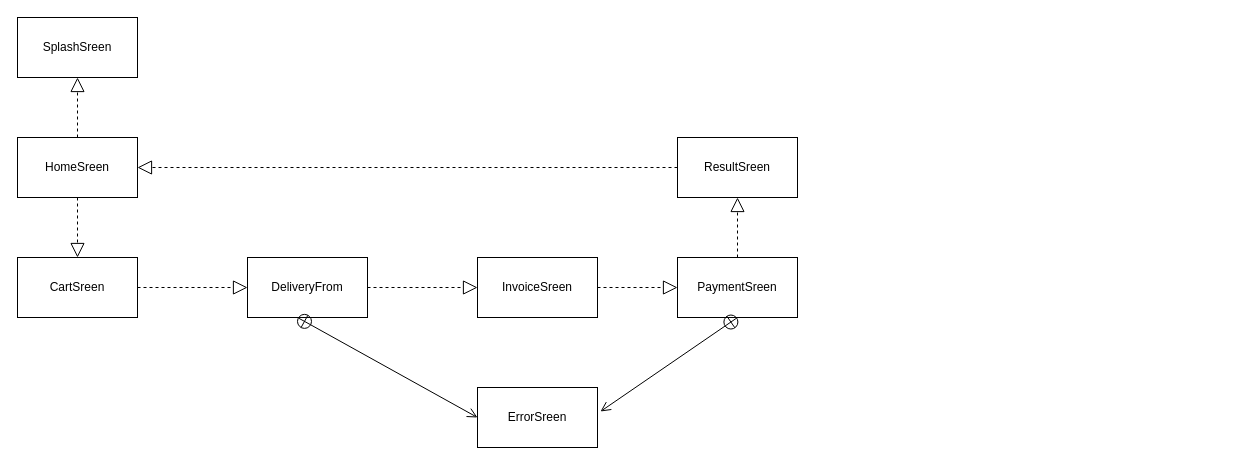
Above: InterfaceDesign/thiet-ke-dich-chuyen-man-hinh.drawio in NguyenLan1999/TKXDPM.20201.20173227.NguyenThiLan (draw.io), before the change. Source tidied: cells renumbered, new cells numbered last; positions are measured from the earlier drawing's top-left corner, leaving out a move shared by most shapes. Both pictures are drawn from the tidied source at 100%, with x=0, y=0 at pixel (17, 17).
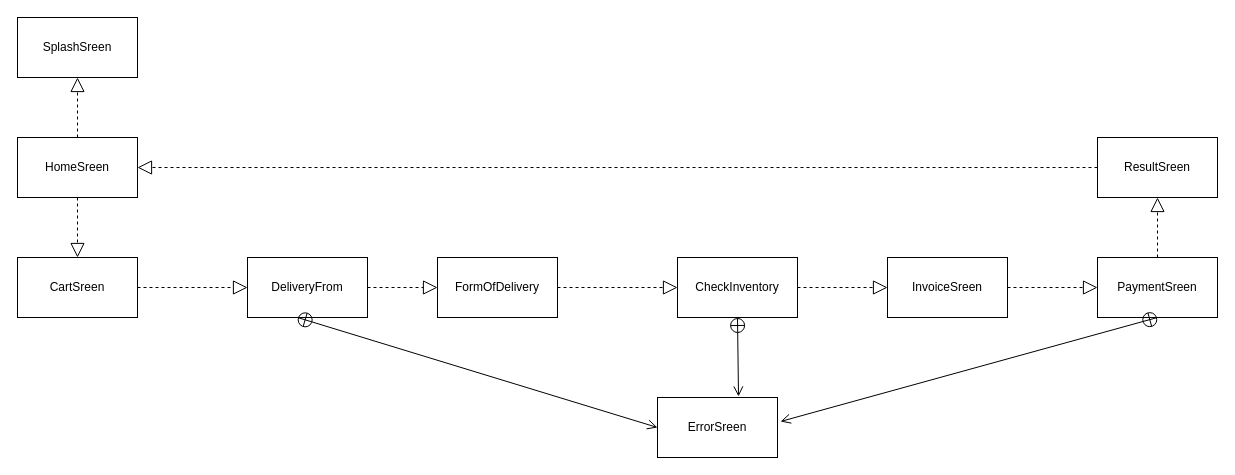
Above is the later version.

Diff of the diagram source:
```diff
@@
     <mxCell id="4" value="InvoiceSreen" style="rounded=0;whiteSpace=wrap;html=1;" parent="1" vertex="1">
-      <mxGeometry x="460" y="240" width="120" height="60" as="geometry" />
+      <mxGeometry x="870" y="240" width="120" height="60" as="geometry" />
     </mxCell>
@@
     <mxCell id="6" value="PaymentSreen" style="rounded=0;whiteSpace=wrap;html=1;" parent="1" vertex="1">
-      <mxGeometry x="660" y="240" width="120" height="60" as="geometry" />
+      <mxGeometry x="1080" y="240" width="120" height="60" as="geometry" />
     </mxCell>
@@
     <mxCell id="8" value="ResultSreen" style="rounded=0;whiteSpace=wrap;html=1;" parent="1" vertex="1">
-      <mxGeometry x="660" y="120" width="120" height="60" as="geometry" />
+      <mxGeometry x="1080" y="120" width="120" height="60" as="geometry" />
     </mxCell>
@@
-    <mxCell id="11" style="endArrow=block;dashed=1;endFill=0;endSize=12;html=1;entryX=0;entryY=0.5;entryDx=0;entryDy=0;" parent="1" edge="1" target="4">
+    <mxCell id="11" style="endArrow=block;dashed=1;endFill=0;endSize=12;html=1;" parent="1" edge="1">
       <mxGeometry relative="1" as="geometry">
         <mxPoint x="350" y="270" as="sourcePoint" />
+        <mxPoint x="420" y="270" as="targetPoint" />
       </mxGeometry>
     </mxCell>
@@
     <mxCell id="16" value="ErrorSreen" style="rounded=0;whiteSpace=wrap;html=1;" parent="1" vertex="1">
-      <mxGeometry x="460" y="370" width="120" height="60" as="geometry" />
+      <mxGeometry x="640" y="380" width="120" height="60" as="geometry" />
     </mxCell>
@@
+    <mxCell id="19" value="FormOfDelivery" style="rounded=0;whiteSpace=wrap;html=1;" parent="1" vertex="1">
+      <mxGeometry x="420" y="240" width="120" height="60" as="geometry" />
+    </mxCell>
+    <mxCell id="20" style="endArrow=block;dashed=1;endFill=0;endSize=12;html=1;exitX=1;exitY=0.5;exitDx=0;exitDy=0;entryX=0;entryY=0.5;entryDx=0;entryDy=0;" parent="1" edge="1" source="19" target="21">
+      <mxGeometry relative="1" as="geometry" />
+    </mxCell>
+    <mxCell id="21" value="CheckInventory" style="rounded=0;whiteSpace=wrap;html=1;" parent="1" vertex="1">
+      <mxGeometry x="660" y="240" width="120" height="60" as="geometry" />
+    </mxCell>
+    <mxCell id="22" style="endArrow=block;dashed=1;endFill=0;endSize=12;html=1;entryX=0;entryY=0.5;entryDx=0;entryDy=0;" parent="1" edge="1" target="4">
+      <mxGeometry relative="1" as="geometry">
+        <mxPoint x="780" y="270" as="sourcePoint" />
+      </mxGeometry>
+    </mxCell>
+    <mxCell id="23" style="endArrow=open;startArrow=circlePlus;endFill=0;startFill=0;endSize=8;html=1;entryX=0.675;entryY=-0.017;entryDx=0;entryDy=0;exitX=0.5;exitY=1;exitDx=0;exitDy=0;entryPerimeter=0;" parent="1" edge="1" source="21" target="16">
+      <mxGeometry relative="1" as="geometry" />
+    </mxCell>
```
